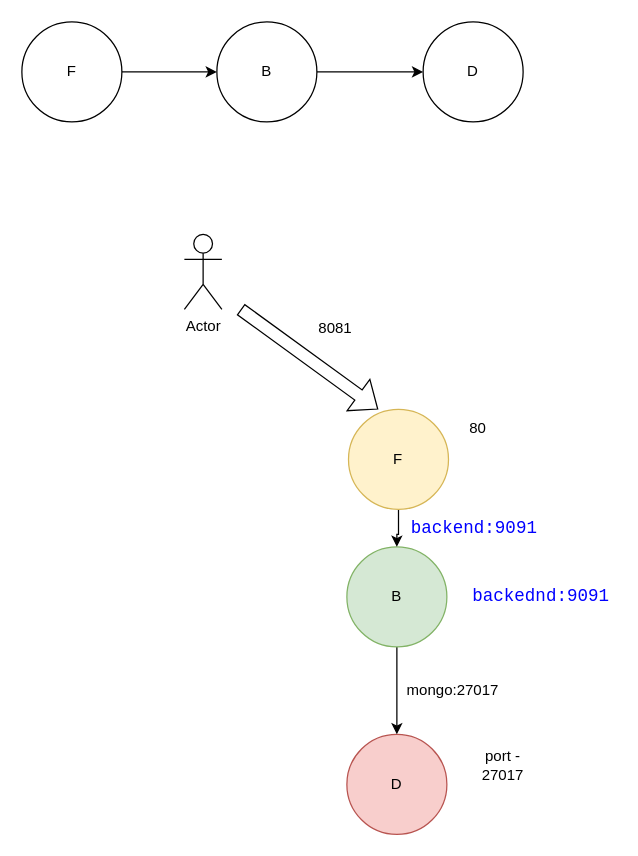
Before: docker/nginx-flask-mongo-project/arch.drawio in ct-project-9/live-classes-9, a draw.io diagram. Source tidied: cells renumbered, new cells numbered last; positions are measured from the earlier drawing's top-left corner, leaving out a move shared by most shapes. Both pictures are drawn from the tidied source at 125%, with x=0, y=0 at pixel (21, 21).
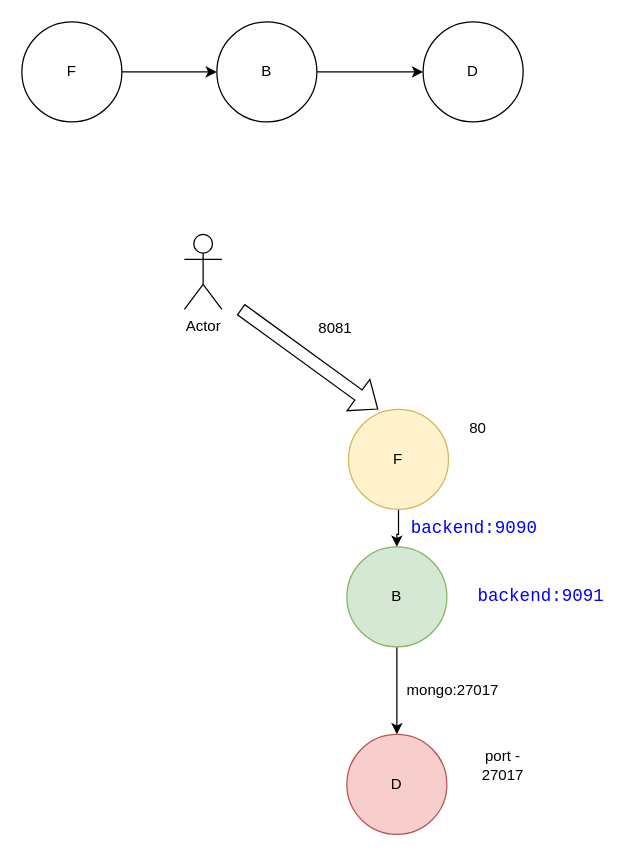
The same page after the edit.

Diff of the diagram source:
```diff
@@
-    <mxCell id="9" value="&lt;div style=&quot;background-color: rgb(255, 255, 255); font-family: Consolas, &amp;quot;Courier New&amp;quot;, monospace; font-size: 14px; line-height: 19px; white-space-collapse: preserve;&quot;&gt;&lt;span style=&quot;color: #0000ff;&quot;&gt;backednd:9091&lt;/span&gt;&lt;/div&gt;" style="text;html=1;align=center;verticalAlign=middle;strokeColor=none;fillColor=none;" parent="1" vertex="1">
+    <mxCell id="9" value="&lt;div style=&quot;background-color: rgb(255, 255, 255); font-family: Consolas, &amp;quot;Courier New&amp;quot;, monospace; font-size: 14px; line-height: 19px; white-space-collapse: preserve;&quot;&gt;&lt;span style=&quot;color: rgb(0, 0, 255);&quot;&gt;backend:9091&lt;/span&gt;&lt;/div&gt;" style="text;html=1;align=center;verticalAlign=middle;strokeColor=none;fillColor=none;" parent="1" vertex="1">
       <mxGeometry x="355" y="445" width="120" height="30" as="geometry" />
     </mxCell>
-    <mxCell id="10" value="&lt;div style=&quot;background-color: rgb(255, 255, 255); font-family: Consolas, &amp;quot;Courier New&amp;quot;, monospace; font-size: 14px; line-height: 19px; white-space-collapse: preserve;&quot;&gt;&lt;span style=&quot;color: #0000ff;&quot;&gt;backend:9091&lt;/span&gt; &amp;nbsp;&lt;/div&gt;" style="text;html=1;align=center;verticalAlign=middle;strokeColor=none;fillColor=none;" parent="1" vertex="1">
+    <mxCell id="10" value="&lt;div style=&quot;background-color: rgb(255, 255, 255); font-family: Consolas, &amp;quot;Courier New&amp;quot;, monospace; font-size: 14px; line-height: 19px; white-space-collapse: preserve;&quot;&gt;&lt;span style=&quot;color: rgb(0, 0, 255);&quot;&gt;backend:9090&lt;/span&gt; &amp;nbsp;&lt;/div&gt;" style="text;html=1;align=center;verticalAlign=middle;strokeColor=none;fillColor=none;" parent="1" vertex="1">
       <mxGeometry x="305" y="390" width="130" height="30" as="geometry" />
     </mxCell>
```
